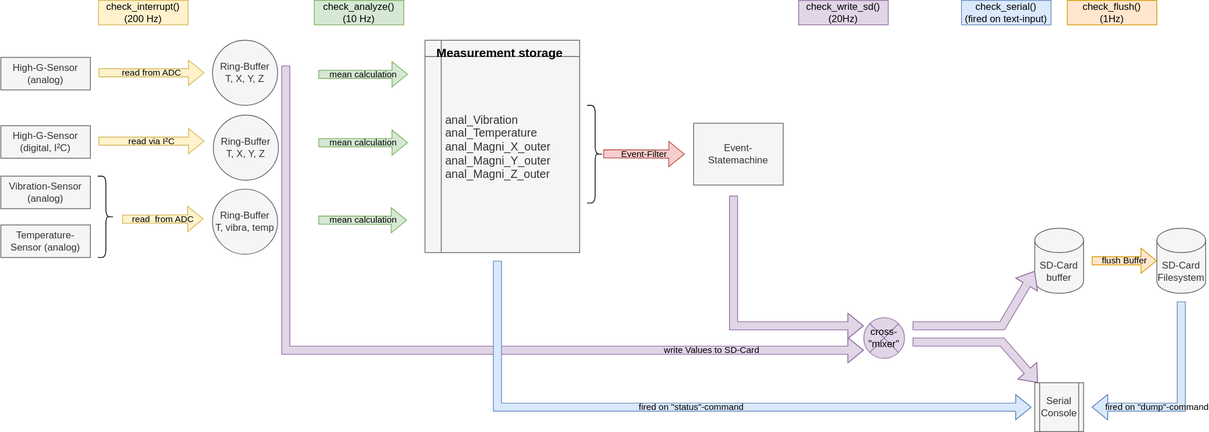
Earlier version of the draw.io export docs/data-flow.svg (movement-recognition/pouch-ucboard). Source tidied: cells renumbered, new cells last; positions are measured from the earlier drawing's top-left corner, leaving out a move shared by most shapes.
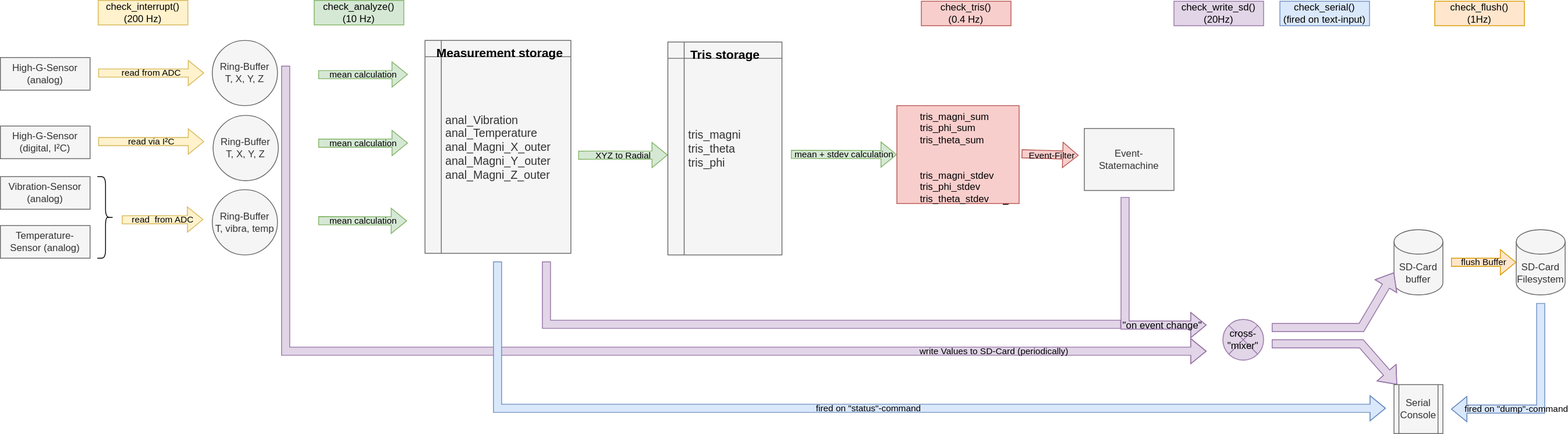
After the commit.

Change to the diagram source:
```diff
@@ -48,7 +48,7 @@
       <mxGeometry x="119" y="216" width="20" height="100" as="geometry" />
     </mxCell>
     <mxCell id="14" value="&amp;nbsp;&amp;nbsp;&amp;nbsp;&amp;nbsp;&amp;nbsp; anal_Vibration&lt;br style=&quot;font-size: 14px;&quot;&gt;&amp;nbsp;&amp;nbsp;&amp;nbsp;&amp;nbsp;&amp;nbsp; anal_Temperature&lt;br style=&quot;font-size: 14px;&quot;&gt;&amp;nbsp;&amp;nbsp;&amp;nbsp;&amp;nbsp;&amp;nbsp; anal_Magni_X_outer&lt;br style=&quot;font-size: 14px;&quot;&gt;&amp;nbsp;&amp;nbsp;&amp;nbsp;&amp;nbsp;&amp;nbsp; anal_Magni_Y_outer&lt;br style=&quot;font-size: 14px;&quot;&gt;&amp;nbsp;&amp;nbsp;&amp;nbsp;&amp;nbsp;&amp;nbsp; anal_Magni_Z_outer" style="shape=internalStorage;whiteSpace=wrap;html=1;backgroundOutline=1;fillColor=#f5f5f5;strokeColor=#666666;align=left;fontSize=14;fontColor=#333333;" parent="1" vertex="1">
-      <mxGeometry x="521" y="49" width="190" height="261" as="geometry" />
+      <mxGeometry x="521" y="49" width="179" height="261" as="geometry" />
     </mxCell>
     <mxCell id="15" value="check_analyze()&lt;br&gt;(10 Hz)" style="text;html=1;strokeColor=#82b366;fillColor=#d5e8d4;align=center;verticalAlign=middle;whiteSpace=wrap;rounded=0;" parent="1" vertex="1">
       <mxGeometry x="385" width="110" height="30" as="geometry" />
@@ -75,94 +75,130 @@
       <mxGeometry x="523" y="49" width="180" height="30" as="geometry" />
     </mxCell>
     <mxCell id="20" value="Event-Filter" style="shape=flexArrow;endArrow=classic;html=1;rounded=0;fillColor=#f8cecc;strokeColor=#b85450;labelBackgroundColor=none;" parent="1" edge="1">
-      <mxGeometry relative="1" as="geometry">
-        <mxPoint x="740" y="188.5" as="sourcePoint" />
-        <mxPoint x="840" y="189" as="targetPoint" />
+      <mxGeometry x="0.06" y="-1" relative="1" as="geometry">
+        <mxPoint x="1253" y="188" as="sourcePoint" />
+        <mxPoint x="1323" y="190" as="targetPoint" />
       </mxGeometry>
     </mxCell>
     <mxCell id="21" value="Event-&lt;br&gt;Statemachine" style="text;html=1;align=center;verticalAlign=middle;whiteSpace=wrap;rounded=0;fillColor=#f5f5f5;fontColor=#333333;strokeColor=#666666;" parent="1" vertex="1">
-      <mxGeometry x="851" y="151" width="110" height="76" as="geometry" />
+      <mxGeometry x="1330" y="157" width="110" height="76" as="geometry" />
     </mxCell>
-    <mxCell id="22" value="write Values to SD-Card" style="shape=flexArrow;endArrow=classic;html=1;rounded=0;fillColor=#e1d5e7;strokeColor=#9673a6;labelBackgroundColor=none;" parent="1" edge="1">
+    <mxCell id="22" value="write Values to SD-Card (periodically)" style="shape=flexArrow;endArrow=classic;html=1;rounded=0;fillColor=#e1d5e7;strokeColor=#9673a6;labelBackgroundColor=none;" parent="1" edge="1">
       <mxGeometry x="0.65" relative="1" as="geometry">
         <mxPoint x="350" y="80" as="sourcePoint" />
-        <mxPoint x="1060" y="430" as="targetPoint" />
+        <mxPoint x="1480" y="430" as="targetPoint" />
         <Array as="points">
           <mxPoint x="350" y="430" />
         </Array>
       </mxGeometry>
     </mxCell>
     <mxCell id="23" value="check_write_sd()&lt;br&gt;(20Hz)" style="text;html=1;strokeColor=#9673a6;fillColor=#e1d5e7;align=center;verticalAlign=middle;whiteSpace=wrap;rounded=0;" parent="1" vertex="1">
-      <mxGeometry x="980" width="110" height="30" as="geometry" />
+      <mxGeometry x="1440" y="1" width="110" height="30" as="geometry" />
     </mxCell>
     <mxCell id="24" style="shape=flexArrow;endArrow=classic;html=1;rounded=0;fillColor=#e1d5e7;strokeColor=#9673a6;" parent="1" edge="1">
       <mxGeometry relative="1" as="geometry">
-        <mxPoint x="900" y="240" as="sourcePoint" />
-        <mxPoint x="1060" y="400" as="targetPoint" />
+        <mxPoint x="1380" y="241" as="sourcePoint" />
+        <mxPoint x="1480" y="398" as="targetPoint" />
         <Array as="points">
-          <mxPoint x="900" y="400" />
+          <mxPoint x="1380" y="398" />
         </Array>
       </mxGeometry>
     </mxCell>
     <mxCell id="25" value="cross- &quot;mixer&quot;" style="shape=sumEllipse;perimeter=ellipsePerimeter;whiteSpace=wrap;html=1;backgroundOutline=1;fillColor=#e1d5e7;strokeColor=#9673a6;" parent="1" vertex="1">
-      <mxGeometry x="1060" y="390" width="50" height="50" as="geometry" />
+      <mxGeometry x="1500" y="391" width="50" height="50" as="geometry" />
     </mxCell>
     <mxCell id="26" value="&lt;div&gt;SD-Card&lt;/div&gt;&lt;div&gt;buffer&lt;br&gt;&lt;/div&gt;" style="shape=cylinder3;whiteSpace=wrap;html=1;boundedLbl=1;backgroundOutline=1;size=15;fillColor=#f5f5f5;strokeColor=#666666;fontColor=#333333;" parent="1" vertex="1">
-      <mxGeometry x="1270" y="280" width="60" height="80" as="geometry" />
+      <mxGeometry x="1710" y="281" width="60" height="80" as="geometry" />
     </mxCell>
     <mxCell id="27" style="shape=flexArrow;endArrow=classic;html=1;rounded=0;entryX=0;entryY=0;entryDx=0;entryDy=52.5;entryPerimeter=0;fillColor=#e1d5e7;strokeColor=#9673a6;" parent="1" edge="1" target="26">
       <mxGeometry relative="1" as="geometry">
-        <mxPoint x="1120" y="400" as="sourcePoint" />
+        <mxPoint x="1560" y="401" as="sourcePoint" />
         <Array as="points">
-          <mxPoint x="1230" y="400" />
+          <mxPoint x="1670" y="401" />
         </Array>
       </mxGeometry>
     </mxCell>
     <mxCell id="28" style="shape=flexArrow;endArrow=classic;html=1;rounded=0;fillColor=#e1d5e7;strokeColor=#9673a6;" parent="1" edge="1" target="30">
       <mxGeometry relative="1" as="geometry">
-        <mxPoint x="1120" y="420" as="sourcePoint" />
+        <mxPoint x="1560" y="421" as="sourcePoint" />
         <Array as="points">
-          <mxPoint x="1230" y="420" />
+          <mxPoint x="1670" y="421" />
         </Array>
       </mxGeometry>
     </mxCell>
     <mxCell id="29" style="shape=curlyBracket;whiteSpace=wrap;html=1;rounded=1;flipH=1;labelPosition=right;verticalLabelPosition=middle;align=left;verticalAlign=middle;" parent="1" vertex="1">
-      <mxGeometry x="720" y="129" width="20" height="120" as="geometry" />
+      <mxGeometry x="1230" y="130" width="20" height="120" as="geometry" />
     </mxCell>
     <mxCell id="30" value="Serial Console" style="shape=process;whiteSpace=wrap;html=1;backgroundOutline=1;fillColor=#f5f5f5;strokeColor=#666666;fontColor=#333333;" parent="1" vertex="1">
-      <mxGeometry x="1270" y="470" width="60" height="60" as="geometry" />
+      <mxGeometry x="1710" y="471" width="60" height="60" as="geometry" />
     </mxCell>
     <mxCell id="31" value="&lt;div&gt;SD-Card&lt;/div&gt;&lt;div&gt;Filesystem&lt;br&gt;&lt;/div&gt;" style="shape=cylinder3;whiteSpace=wrap;html=1;boundedLbl=1;backgroundOutline=1;size=15;fillColor=#f5f5f5;strokeColor=#666666;fontColor=#333333;" parent="1" vertex="1">
-      <mxGeometry x="1420" y="280" width="60" height="80" as="geometry" />
+      <mxGeometry x="1860" y="281" width="60" height="80" as="geometry" />
     </mxCell>
     <mxCell id="32" value="flush Buffer" style="shape=flexArrow;endArrow=classic;html=1;rounded=0;entryX=0;entryY=0.5;entryDx=0;entryDy=0;entryPerimeter=0;fillColor=#ffe6cc;strokeColor=#d79b00;labelBackgroundColor=none;" parent="1" edge="1" target="31">
       <mxGeometry relative="1" as="geometry">
-        <mxPoint x="1340" y="320" as="sourcePoint" />
+        <mxPoint x="1780" y="321" as="sourcePoint" />
       </mxGeometry>
     </mxCell>
     <mxCell id="33" value="&lt;div&gt;check_flush()&lt;br&gt;(1Hz)&lt;/div&gt;" style="text;html=1;strokeColor=#d79b00;fillColor=#ffe6cc;align=center;verticalAlign=middle;whiteSpace=wrap;rounded=0;" parent="1" vertex="1">
-      <mxGeometry x="1310" width="110" height="30" as="geometry" />
+      <mxGeometry x="1760" y="1" width="110" height="30" as="geometry" />
     </mxCell>
     <mxCell id="34" value="fired on &quot;dump&quot;-command" style="shape=flexArrow;endArrow=classic;html=1;rounded=0;fillColor=#dae8fc;strokeColor=#6c8ebf;labelBackgroundColor=none;" parent="1" edge="1">
       <mxGeometry x="0.33" relative="1" as="geometry">
-        <mxPoint x="1450" y="370" as="sourcePoint" />
-        <mxPoint x="1340" y="500" as="targetPoint" />
+        <mxPoint x="1890" y="371" as="sourcePoint" />
+        <mxPoint x="1780" y="501" as="targetPoint" />
         <Array as="points">
-          <mxPoint x="1450" y="500" />
+          <mxPoint x="1890" y="501" />
         </Array>
       </mxGeometry>
     </mxCell>
     <mxCell id="35" value="&lt;div&gt;check_serial()&lt;/div&gt;&lt;div&gt;(fired on text-input)&lt;br&gt;&lt;/div&gt;" style="text;html=1;strokeColor=#6c8ebf;fillColor=#dae8fc;align=center;verticalAlign=middle;whiteSpace=wrap;rounded=0;" parent="1" vertex="1">
-      <mxGeometry x="1180" width="110" height="30" as="geometry" />
+      <mxGeometry x="1570" y="1" width="110" height="30" as="geometry" />
     </mxCell>
     <mxCell id="36" value="fired on &quot;status&quot;-command" style="shape=flexArrow;endArrow=classic;html=1;rounded=0;fillColor=#dae8fc;strokeColor=#6c8ebf;labelBackgroundColor=none;" parent="1" edge="1">
       <mxGeometry relative="1" as="geometry">
         <mxPoint x="610" y="320" as="sourcePoint" />
-        <mxPoint x="1266" y="500" as="targetPoint" />
+        <mxPoint x="1700" y="500" as="targetPoint" />
         <Array as="points">
           <mxPoint x="610" y="500" />
         </Array>
       </mxGeometry>
     </mxCell>
+    <mxCell id="37" value="check_tris()&lt;br&gt;(0.4 Hz)" style="text;html=1;strokeColor=#b85450;fillColor=#f8cecc;align=center;verticalAlign=middle;whiteSpace=wrap;rounded=0;" parent="1" vertex="1">
+      <mxGeometry x="1130" y="1" width="110" height="30" as="geometry" />
+    </mxCell>
+    <mxCell id="38" style="shape=flexArrow;endArrow=none;html=1;rounded=0;fillColor=#e1d5e7;strokeColor=#9673a6;endFill=0;" parent="1" edge="1">
+      <mxGeometry relative="1" as="geometry">
+        <mxPoint x="670" y="320" as="sourcePoint" />
+        <mxPoint x="1375" y="397" as="targetPoint" />
+        <Array as="points">
+          <mxPoint x="670" y="397" />
+        </Array>
+      </mxGeometry>
+    </mxCell>
+    <mxCell id="39" value="XYZ to Radial" style="shape=flexArrow;endArrow=classic;html=1;rounded=0;fillColor=#d5e8d4;strokeColor=#82b366;labelBackgroundColor=none;" parent="1" edge="1">
+      <mxGeometry relative="1" as="geometry">
+        <mxPoint x="709" y="189.8" as="sourcePoint" />
+        <mxPoint x="819" y="189.5" as="targetPoint" />
+      </mxGeometry>
+    </mxCell>
+    <mxCell id="40" value="&lt;div&gt;&amp;nbsp;&amp;nbsp;&amp;nbsp;&amp;nbsp;&amp;nbsp; tris_magni&lt;/div&gt;&lt;div&gt;&amp;nbsp;&amp;nbsp;&amp;nbsp;&amp;nbsp;&amp;nbsp; tris_theta&lt;/div&gt;&lt;div&gt;&amp;nbsp;&amp;nbsp;&amp;nbsp;&amp;nbsp;&amp;nbsp; tris_phi&lt;br&gt;&lt;/div&gt;" style="shape=internalStorage;whiteSpace=wrap;html=1;backgroundOutline=1;fillColor=#f5f5f5;strokeColor=#666666;align=left;fontSize=14;fontColor=#333333;" parent="1" vertex="1">
+      <mxGeometry x="819" y="51" width="140" height="261" as="geometry" />
+    </mxCell>
+    <mxCell id="41" value="Tris storage" style="text;html=1;strokeColor=none;fillColor=none;align=center;verticalAlign=middle;whiteSpace=wrap;rounded=0;fontSize=15;fontStyle=1;" parent="1" vertex="1">
+      <mxGeometry x="819" y="51" width="141" height="30" as="geometry" />
+    </mxCell>
+    <mxCell id="42" value="&lt;div&gt;&amp;nbsp;&amp;nbsp;&amp;nbsp;&amp;nbsp;&amp;nbsp;&amp;nbsp;&amp;nbsp; tris_magni_sum&lt;/div&gt;&lt;div&gt;&amp;nbsp;&amp;nbsp;&amp;nbsp;&amp;nbsp;&amp;nbsp;&amp;nbsp;&amp;nbsp; tris_phi_sum&lt;/div&gt;&lt;div&gt;&amp;nbsp;&amp;nbsp;&amp;nbsp;&amp;nbsp;&amp;nbsp;&amp;nbsp;&amp;nbsp; tris_theta_sum&lt;/div&gt;&lt;div&gt;&lt;br&gt;&lt;/div&gt;&lt;div&gt;&lt;br&gt;&lt;/div&gt;&lt;div&gt;&amp;nbsp;&amp;nbsp;&amp;nbsp;&amp;nbsp;&amp;nbsp;&amp;nbsp;&amp;nbsp; tris_magni_stdev&lt;/div&gt;&lt;div&gt;&amp;nbsp;&amp;nbsp;&amp;nbsp;&amp;nbsp;&amp;nbsp;&amp;nbsp;&amp;nbsp; tris_phi_stdev&lt;/div&gt;&lt;div&gt;&amp;nbsp;&amp;nbsp;&amp;nbsp;&amp;nbsp;&amp;nbsp;&amp;nbsp;&amp;nbsp; tris_theta_stdev&lt;br&gt;&lt;/div&gt;" style="text;whiteSpace=wrap;html=1;fillColor=#f8cecc;strokeColor=#b85450;" parent="1" vertex="1">
+      <mxGeometry x="1100" y="129" width="150" height="120" as="geometry" />
+    </mxCell>
+    <mxCell id="43" value="mean + stdev calculation" style="shape=flexArrow;endArrow=classic;html=1;rounded=0;fillColor=#d5e8d4;strokeColor=#82b366;labelBackgroundColor=none;fontStyle=0;" parent="1" edge="1">
+      <mxGeometry relative="1" as="geometry">
+        <mxPoint x="970" y="188.8" as="sourcePoint" />
+        <mxPoint x="1100" y="189" as="targetPoint" />
+      </mxGeometry>
+    </mxCell>
+    <mxCell id="44" value="&quot;on event change&quot;" style="text;html=1;strokeColor=none;fillColor=none;align=center;verticalAlign=middle;whiteSpace=wrap;rounded=0;" parent="1" vertex="1">
+      <mxGeometry x="1366" y="384" width="120" height="30" as="geometry" />
+    </mxCell>
   </root>
 </mxGraphModel>
```
